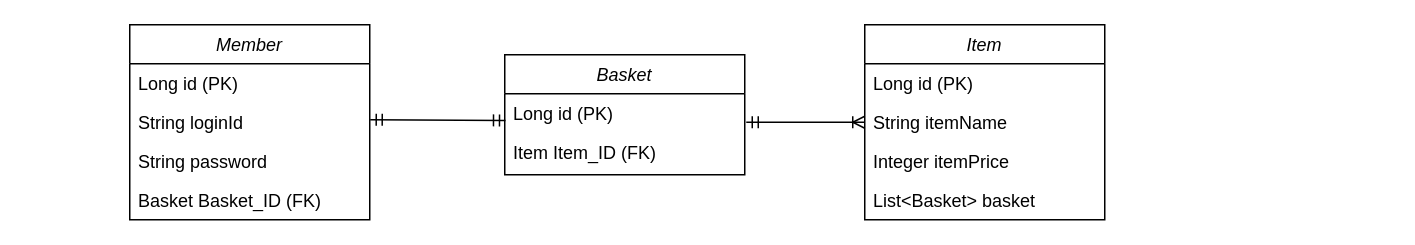
This is memberBasketItem.drawio from SeolYoungKim/my_first_web_site, a draw.io file, before an edit. Source tidied: cells renumbered, new cells numbered last; positions are measured from the earlier drawing's top-left corner, leaving out a move shared by most shapes. Both pictures are drawn from the tidied source at 150%, with x=0, y=0 at pixel (129, 24).
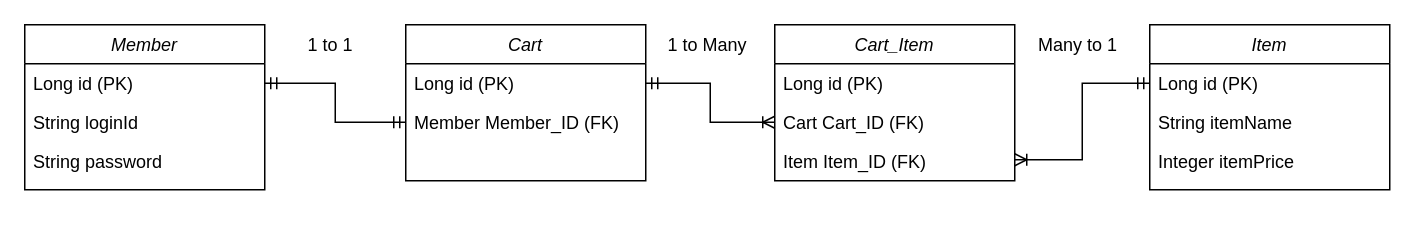
The same page after the edit.

Commit message:
연관관계 매핑구조 수정(ERD)

Unchanged cells that the change refers to:
```xml
<mxCell id="3" value="Long id (PK)" style="text;align=left;verticalAlign=top;spacingLeft=4;spacingRight=4;overflow=hidden;points=[[0,0.5],[1,0.5]];portConstraint=eastwest;" parent="2" vertex="1">
  <mxGeometry y="26" width="160" height="26" as="geometry" />
</mxCell>
<mxCell id="4" value="String loginId" style="text;align=left;verticalAlign=top;spacingLeft=4;spacingRight=4;overflow=hidden;points=[[0,0.5],[1,0.5]];portConstraint=eastwest;rounded=0;shadow=0;html=0;" parent="2" vertex="1">
  <mxGeometry y="52" width="160" height="26" as="geometry" />
</mxCell>
<mxCell id="8" value="Long id (PK)" style="text;align=left;verticalAlign=top;spacingLeft=4;spacingRight=4;overflow=hidden;points=[[0,0.5],[1,0.5]];portConstraint=eastwest;" parent="7" vertex="1">
  <mxGeometry y="26" width="160" height="26" as="geometry" />
</mxCell>
<mxCell id="12" value="Long id (PK)" style="text;align=left;verticalAlign=top;spacingLeft=4;spacingRight=4;overflow=hidden;points=[[0,0.5],[1,0.5]];portConstraint=eastwest;" parent="11" vertex="1">
  <mxGeometry y="26" width="160" height="26" as="geometry" />
</mxCell>
<mxCell id="13" value="String itemName" style="text;align=left;verticalAlign=top;spacingLeft=4;spacingRight=4;overflow=hidden;points=[[0,0.5],[1,0.5]];portConstraint=eastwest;rounded=0;shadow=0;html=0;" parent="11" vertex="1">
  <mxGeometry y="52" width="160" height="26" as="geometry" />
</mxCell>
```

The edit, as a diff of the source:
```diff
@@
     <mxCell id="2" value="Member" style="swimlane;fontStyle=2;align=center;verticalAlign=top;horizontal=1;startSize=26;rounded=0;shadow=0;strokeWidth=1;" parent="1" vertex="1">
-      <mxGeometry width="160" height="130" as="geometry" />
+      <mxGeometry x="-70" width="160" height="110" as="geometry" />
     </mxCell>
@@
-    <mxCell id="6" value="Basket Basket_ID (FK)" style="text;align=left;verticalAlign=top;spacingLeft=4;spacingRight=4;overflow=hidden;rounded=0;shadow=0;html=0;" parent="2" vertex="1">
-      <mxGeometry y="104" width="160" height="26" as="geometry" />
-    </mxCell>
-    <mxCell id="7" value="Basket" style="swimlane;fontStyle=2;align=center;verticalAlign=top;horizontal=1;startSize=26;rounded=0;shadow=0;strokeWidth=1;" parent="1" vertex="1">
-      <mxGeometry x="250" y="20" width="160" height="80" as="geometry" />
+    <mxCell id="7" value="Cart" style="swimlane;fontStyle=2;align=center;verticalAlign=top;horizontal=1;startSize=26;rounded=0;shadow=0;strokeWidth=1;" parent="1" vertex="1">
+      <mxGeometry x="184" width="160" height="104" as="geometry" />
     </mxCell>
@@
-    <mxCell id="9" value="Item Item_ID (FK)" style="text;align=left;verticalAlign=top;spacingLeft=4;spacingRight=4;overflow=hidden;rounded=0;shadow=0;html=0;" parent="7" vertex="1">
-      <mxGeometry y="52" width="160" height="26" as="geometry" />
-    </mxCell>
+    <mxCell id="17" value="Member Member_ID (FK)" style="text;align=left;verticalAlign=top;spacingLeft=4;spacingRight=4;overflow=hidden;points=[[0,0.5],[1,0.5]];portConstraint=eastwest;" parent="7" vertex="1">
+      <mxGeometry y="52" width="160" height="26" as="geometry" />
+    </mxCell>
-    <mxCell id="10" style="fontSize=12;html=1;endArrow=ERmandOne;startArrow=ERmandOne;rounded=0;jumpSize=10;entryX=0.003;entryY=0.423;entryDx=0;entryDy=0;exitX=1.002;exitY=0.434;exitDx=0;exitDy=0;entryPerimeter=0;exitPerimeter=0;" parent="1" edge="1" source="4">
-      <mxGeometry relative="1" as="geometry">
-        <mxPoint x="250.5" y="63.8" as="targetPoint" />
-      </mxGeometry>
+    <mxCell id="10" style="fontSize=12;html=1;endArrow=ERmandOne;startArrow=ERmandOne;rounded=0;jumpSize=10;edgeStyle=elbowEdgeStyle;entryX=0;entryY=0.5;entryDx=0;entryDy=0;exitX=1;exitY=0.5;exitDx=0;exitDy=0;" parent="1" edge="1" source="3" target="17">
+      <mxGeometry relative="1" as="geometry" />
     </mxCell>
     <mxCell id="11" value="Item" style="swimlane;fontStyle=2;align=center;verticalAlign=top;horizontal=1;startSize=26;rounded=0;shadow=0;strokeWidth=1;" parent="1" vertex="1">
-      <mxGeometry x="490" width="160" height="130" as="geometry" />
+      <mxGeometry x="680" width="160" height="110" as="geometry" />
     </mxCell>
@@
-    <mxCell id="15" value="List&lt;Basket&gt; basket" style="text;align=left;verticalAlign=top;spacingLeft=4;spacingRight=4;overflow=hidden;rounded=0;shadow=0;html=0;" parent="11" vertex="1">
-      <mxGeometry y="104" width="160" height="26" as="geometry" />
-    </mxCell>
-    <mxCell id="16" style="fontSize=12;html=1;endArrow=ERoneToMany;startArrow=ERmandOne;rounded=0;jumpSize=10;entryX=0;entryY=0.5;entryDx=0;entryDy=0;" parent="1" edge="1" target="13">
-      <mxGeometry relative="1" as="geometry">
-        <mxPoint x="411" y="65" as="sourcePoint" />
-      </mxGeometry>
+    <mxCell id="16" style="fontSize=12;html=1;endArrow=ERoneToMany;startArrow=ERmandOne;rounded=0;jumpSize=10;edgeStyle=elbowEdgeStyle;entryX=0;entryY=0.5;entryDx=0;entryDy=0;exitX=1;exitY=0.5;exitDx=0;exitDy=0;" parent="1" edge="1" source="8" target="21">
+      <mxGeometry relative="1" as="geometry" />
     </mxCell>
+    <mxCell id="18" value="1 to 1" style="text;strokeColor=none;fillColor=none;spacingLeft=4;spacingRight=4;overflow=hidden;fontSize=12;" parent="1" vertex="1">
+      <mxGeometry x="113" width="40" height="30" as="geometry" />
+    </mxCell>
+    <mxCell id="19" value="Cart_Item" style="swimlane;fontStyle=2;align=center;verticalAlign=top;horizontal=1;startSize=26;rounded=0;shadow=0;strokeWidth=1;" parent="1" vertex="1">
+      <mxGeometry x="430" width="160" height="104" as="geometry" />
+    </mxCell>
+    <mxCell id="20" value="Long id (PK)" style="text;align=left;verticalAlign=top;spacingLeft=4;spacingRight=4;overflow=hidden;" parent="19" vertex="1">
+      <mxGeometry y="26" width="160" height="26" as="geometry" />
+    </mxCell>
+    <mxCell id="21" value="Cart Cart_ID (FK)" style="text;align=left;verticalAlign=top;spacingLeft=4;spacingRight=4;overflow=hidden;points=[[0,0.5],[1,0.5]];portConstraint=eastwest;" parent="19" vertex="1">
+      <mxGeometry y="52" width="160" height="26" as="geometry" />
+    </mxCell>
+    <mxCell id="9" value="Item Item_ID (FK)" style="text;align=left;verticalAlign=top;spacingLeft=4;spacingRight=4;overflow=hidden;" parent="19" vertex="1">
+      <mxGeometry y="78" width="160" height="26" as="geometry" />
+    </mxCell>
+    <mxCell id="22" style="fontSize=12;html=1;endArrow=ERoneToMany;startArrow=ERmandOne;rounded=0;jumpSize=10;edgeStyle=elbowEdgeStyle;exitX=0;exitY=0.5;exitDx=0;exitDy=0;" parent="1" edge="1" source="12">
+      <mxGeometry relative="1" as="geometry">
+        <mxPoint x="590" y="90" as="targetPoint" />
+      </mxGeometry>
+    </mxCell>
+    <mxCell id="23" value="1 to Many" style="text;strokeColor=none;fillColor=none;spacingLeft=4;spacingRight=4;overflow=hidden;fontSize=12;" parent="1" vertex="1">
+      <mxGeometry x="353" width="70" height="30" as="geometry" />
+    </mxCell>
+    <mxCell id="24" value="Many to 1" style="text;strokeColor=none;fillColor=none;spacingLeft=4;spacingRight=4;overflow=hidden;fontSize=12;" parent="1" vertex="1">
+      <mxGeometry x="600" width="70" height="30" as="geometry" />
+    </mxCell>
```
